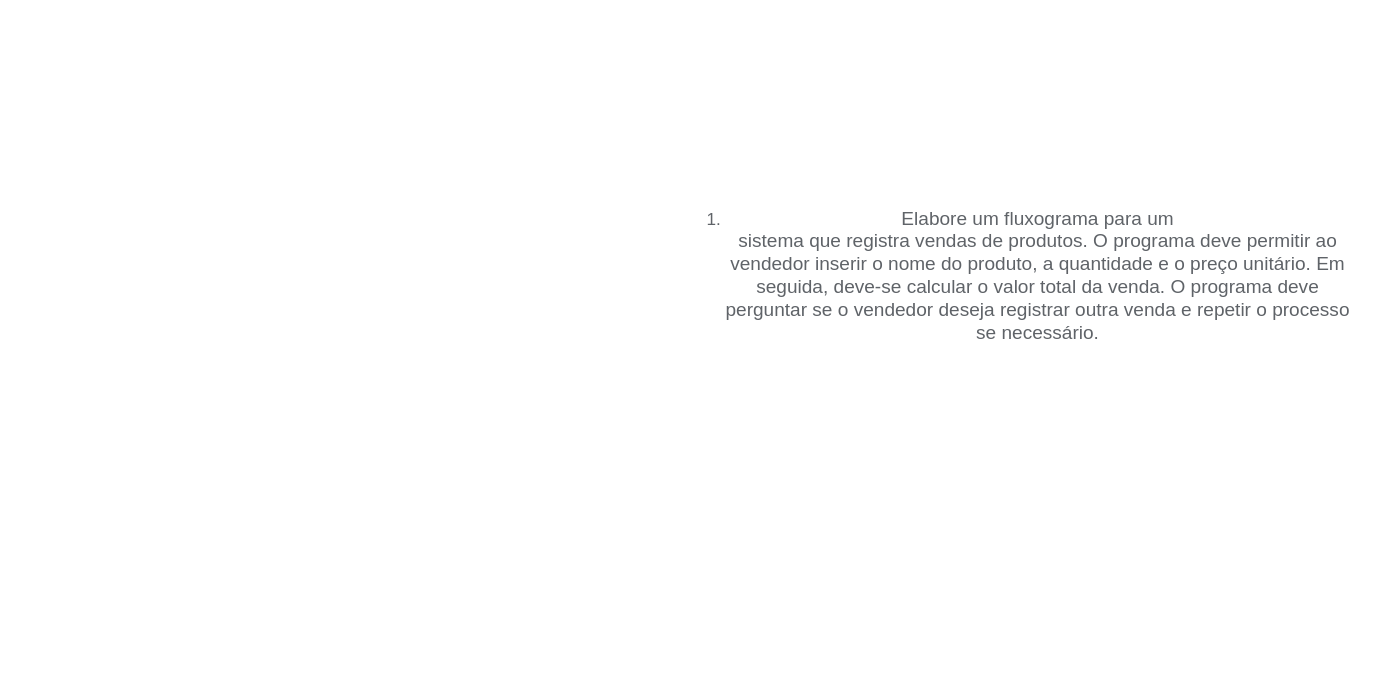
Earlier version of the draw.io diagram page "1" (6 of 9) of prova.drawio (Henrique-nte/SENAI_ISSUES). Source tidied: cells renumbered, new cells numbered last; positions are measured from the earlier drawing's top-left corner, leaving out a move shared by most shapes. Both pictures are drawn from the tidied source at 143%, with x=0, y=0 at pixel (665, 197).
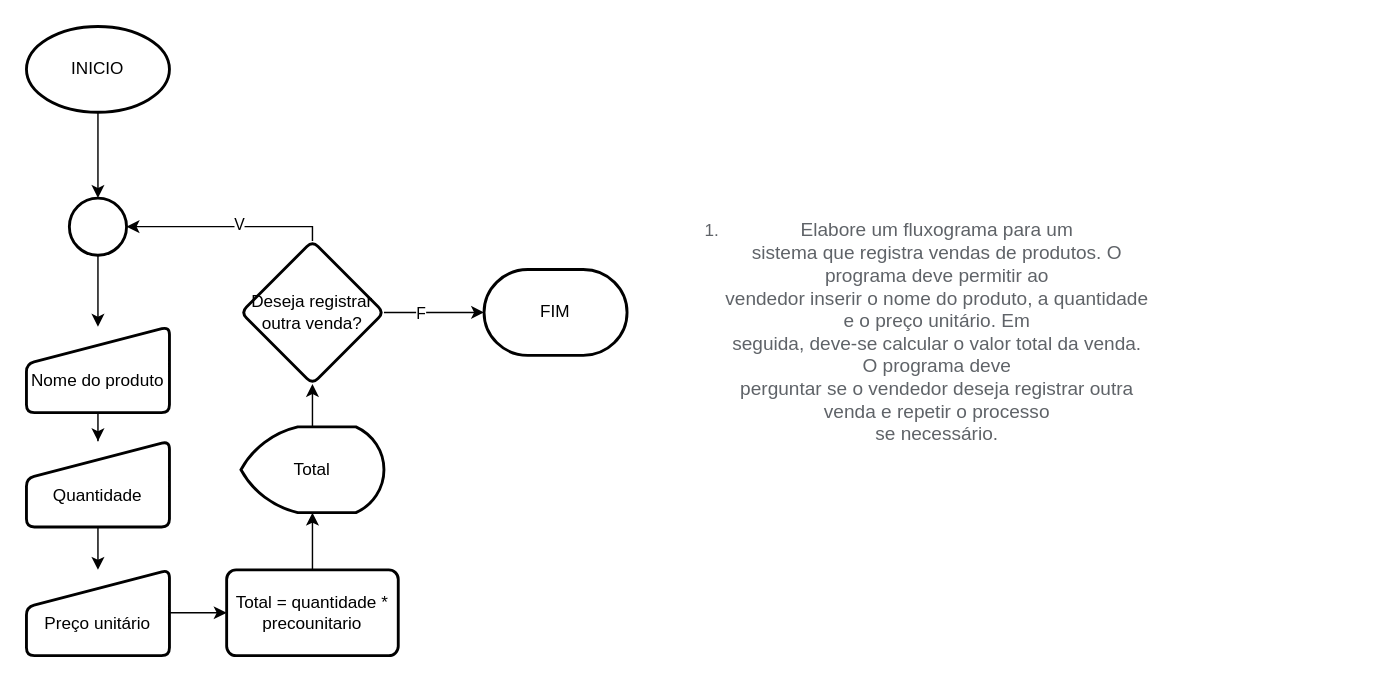
The same page after the edit.

Diff of the diagram source:
```diff
@@
+    <mxCell id="3" style="edgeStyle=orthogonalEdgeStyle;rounded=0;jettySize=auto;html=1;" parent="1" edge="1" source="4" target="14">
+      <mxGeometry relative="1" as="geometry" />
+    </mxCell>
+    <mxCell id="4" value="INICIO" style="strokeWidth=2;html=1;shape=mxgraph.flowchart.start_1;whiteSpace=wrap;" parent="1" vertex="1">
+      <mxGeometry x="-447" y="-120" width="100" height="60" as="geometry" />
+    </mxCell>
+    <mxCell id="5" style="edgeStyle=orthogonalEdgeStyle;rounded=0;jettySize=auto;html=1;" parent="1" edge="1" source="6" target="8">
+      <mxGeometry relative="1" as="geometry" />
+    </mxCell>
+    <mxCell id="6" value="&lt;div&gt;&lt;br&gt;&lt;/div&gt;&lt;div&gt;Nome do produto&lt;/div&gt;" style="html=1;strokeWidth=2;shape=manualInput;whiteSpace=wrap;rounded=1;size=26;arcSize=11;" parent="1" vertex="1">
+      <mxGeometry x="-447" y="90" width="100" height="60" as="geometry" />
+    </mxCell>
+    <mxCell id="7" style="edgeStyle=orthogonalEdgeStyle;rounded=0;jettySize=auto;html=1;" parent="1" edge="1" source="8" target="10">
+      <mxGeometry relative="1" as="geometry" />
+    </mxCell>
+    <mxCell id="8" value="&lt;div&gt;&lt;br&gt;&lt;/div&gt;&lt;div&gt;Quantidade&lt;/div&gt;" style="html=1;strokeWidth=2;shape=manualInput;whiteSpace=wrap;rounded=1;size=26;arcSize=11;" parent="1" vertex="1">
+      <mxGeometry x="-447" y="170" width="100" height="60" as="geometry" />
+    </mxCell>
+    <mxCell id="9" style="edgeStyle=orthogonalEdgeStyle;rounded=0;jettySize=auto;html=1;" parent="1" edge="1" source="10" target="12">
+      <mxGeometry relative="1" as="geometry" />
+    </mxCell>
+    <mxCell id="10" value="&lt;div&gt;&lt;br&gt;&lt;/div&gt;&lt;div&gt;Preço unitário&lt;/div&gt;" style="html=1;strokeWidth=2;shape=manualInput;whiteSpace=wrap;rounded=1;size=26;arcSize=11;" parent="1" vertex="1">
+      <mxGeometry x="-447" y="260" width="100" height="60" as="geometry" />
+    </mxCell>
+    <mxCell id="11" style="edgeStyle=orthogonalEdgeStyle;rounded=0;jettySize=auto;html=1;" parent="1" edge="1" source="12" target="22">
+      <mxGeometry relative="1" as="geometry" />
+    </mxCell>
+    <mxCell id="12" value="Total = quantidade * precounitario" style="whiteSpace=wrap;html=1;strokeWidth=2;rounded=1;arcSize=11;" parent="1" vertex="1">
+      <mxGeometry x="-307" y="260" width="120" height="60" as="geometry" />
+    </mxCell>
+    <mxCell id="13" style="edgeStyle=orthogonalEdgeStyle;rounded=0;jettySize=auto;html=1;" parent="1" edge="1" source="14" target="6">
+      <mxGeometry relative="1" as="geometry" />
+    </mxCell>
+    <mxCell id="14" style="strokeWidth=2;html=1;shape=mxgraph.flowchart.start_2;whiteSpace=wrap;" parent="1" vertex="1">
+      <mxGeometry x="-417" width="40" height="40" as="geometry" />
+    </mxCell>
+    <mxCell id="15" style="edgeStyle=orthogonalEdgeStyle;rounded=0;jettySize=auto;html=1;" parent="1" edge="1" source="19" target="20">
+      <mxGeometry relative="1" as="geometry" />
+    </mxCell>
+    <mxCell id="16" value="F" style="edgeLabel;html=1;align=center;verticalAlign=middle;" parent="15" vertex="1">
+      <mxGeometry x="-0.29" relative="1" as="geometry" />
+    </mxCell>
+    <mxCell id="17" style="edgeStyle=orthogonalEdgeStyle;rounded=0;jettySize=auto;html=1;entryX=1;entryY=0.5;entryDx=0;entryDy=0;entryPerimeter=0;exitX=0.5;exitY=0;exitDx=0;exitDy=0;" parent="1" edge="1" source="19" target="14">
+      <mxGeometry relative="1" as="geometry">
+        <Array as="points">
+          <mxPoint x="-247" y="20" />
+        </Array>
+      </mxGeometry>
+    </mxCell>
+    <mxCell id="18" value="V" style="edgeLabel;html=1;align=center;verticalAlign=middle;" parent="17" vertex="1">
+      <mxGeometry x="-0.12" y="-2" relative="1" as="geometry" />
+    </mxCell>
+    <mxCell id="19" value="Deseja registrar outra venda?" style="rhombus;whiteSpace=wrap;html=1;strokeWidth=2;rounded=1;arcSize=11;" parent="1" vertex="1">
+      <mxGeometry x="-297" y="30" width="100" height="100" as="geometry" />
+    </mxCell>
+    <mxCell id="20" value="FIM" style="strokeWidth=2;html=1;shape=mxgraph.flowchart.terminator;whiteSpace=wrap;" parent="1" vertex="1">
+      <mxGeometry x="-127" y="50" width="100" height="60" as="geometry" />
+    </mxCell>
+    <mxCell id="21" style="edgeStyle=orthogonalEdgeStyle;rounded=0;jettySize=auto;html=1;" parent="1" edge="1" source="22" target="19">
+      <mxGeometry relative="1" as="geometry" />
+    </mxCell>
+    <mxCell id="22" value="Total" style="strokeWidth=2;html=1;shape=mxgraph.flowchart.display;whiteSpace=wrap;" parent="1" vertex="1">
+      <mxGeometry x="-297" y="160" width="100" height="60" as="geometry" />
+    </mxCell>
-    <mxCell id="2" value="&lt;ol type=&quot;1&quot; start=&quot;1&quot; style=&quot;margin-top:0cm&quot;&gt;&lt;li style=&quot;color:#5F6368;margin-bottom:0cm;margin-bottom:.0001pt;&lt;br/&gt;     line-height:normal;mso-list:l0 level1 lfo1&quot; class=&quot;MsoNormal&quot;&gt;&lt;span style=&quot;font-size:10.0pt;&lt;br/&gt;     font-family:Roboto;mso-fareast-font-family:Roboto;mso-bidi-font-family:&lt;br/&gt;     Roboto;background:white;mso-highlight:white&quot;&gt;Elabore um fluxograma para um&lt;br/&gt;     sistema que registra vendas de produtos. O programa deve permitir ao&lt;br/&gt;     vendedor inserir o nome do produto, a quantidade e o preço unitário. Em&lt;br/&gt;     seguida, deve-se calcular o valor total da venda. O programa deve&lt;br/&gt;     perguntar se o vendedor deseja registrar outra venda e repetir o processo&lt;br/&gt;     se necessário.&lt;/span&gt;&lt;/li&gt;&lt;/ol&gt;&lt;br/&gt;&lt;div&gt;&lt;br/&gt;&lt;/div&gt;" style="text;html=1;align=center;verticalAlign=middle;strokeColor=none;fillColor=none;" parent="1" vertex="1">
-      <mxGeometry width="480" height="150" as="geometry" />
+    <mxCell id="2" value="&lt;ol type=&quot;1&quot; start=&quot;1&quot; style=&quot;margin-top:0cm&quot;&gt;&lt;li style=&quot;color:#5F6368;margin-bottom:0cm;margin-bottom:.0001pt;&lt;br/&gt;     line-height:normal;mso-list:l0 level1 lfo1&quot; class=&quot;MsoNormal&quot;&gt;&lt;span style=&quot;font-size:10.0pt;&lt;br/&gt;     font-family:Roboto;mso-fareast-font-family:Roboto;mso-bidi-font-family:&lt;br/&gt;     Roboto;background:white;mso-highlight:white&quot;&gt;Elabore um fluxograma para um&lt;br&gt;     sistema que registra vendas de produtos. O programa deve permitir ao&lt;br&gt;     vendedor inserir o nome do produto, a quantidade e o preço unitário. Em&lt;br&gt;     seguida, deve-se calcular o valor total da venda. O programa deve&lt;br&gt;     perguntar se o vendedor deseja registrar outra venda e repetir o processo&lt;br&gt;     se necessário.&lt;/span&gt;&lt;/li&gt;&lt;/ol&gt;" style="text;strokeColor=none;align=center;fillColor=none;html=1;verticalAlign=middle;whiteSpace=wrap;rounded=0;" parent="1" vertex="1">
+      <mxGeometry width="340" height="200" as="geometry" />
     </mxCell>
```
